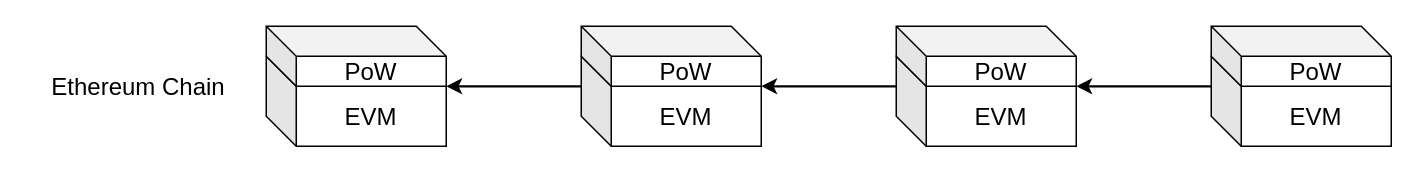
This is ethereum-research/consensus/beacon chain/no-merge ethereum.drawio from 0xyicheng/a-research-diagram, a draw.io file, before an edit. Source tidied: cells renumbered, new cells numbered last; positions are measured from the earlier drawing's top-left corner, leaving out a move shared by most shapes. Both pictures are drawn from the tidied source at 150%, with x=0, y=0 at pixel (26, 26).
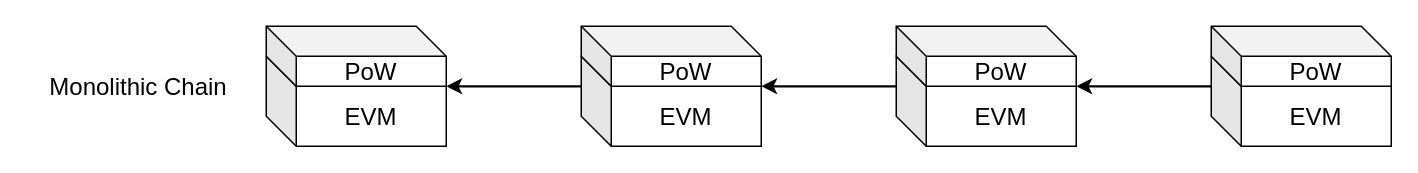
The same diagram, later.

Diff of the diagram source:
```diff
@@
 <mxGraphModel>
   <root>
     <mxCell id="0" />
     <mxCell id="1" parent="0" />
     <mxCell id="2" value="&lt;font style=&quot;font-size: 16px&quot;&gt;EVM&lt;/font&gt;" style="shape=cube;whiteSpace=wrap;html=1;boundedLbl=1;backgroundOutline=1;darkOpacity=0.05;darkOpacity2=0.1;" parent="1" vertex="1">
       <mxGeometry x="160" y="20" width="120" height="60" as="geometry" />
     </mxCell>
     <mxCell id="3" value="&lt;font style=&quot;font-size: 16px&quot;&gt;PoW&lt;/font&gt;" style="shape=cube;whiteSpace=wrap;html=1;boundedLbl=1;backgroundOutline=1;darkOpacity=0.05;darkOpacity2=0.1;" parent="1" vertex="1">
       <mxGeometry x="160" width="120" height="40" as="geometry" />
     </mxCell>
     <mxCell id="4" value="&lt;font style=&quot;font-size: 16px&quot;&gt;EVM&lt;/font&gt;" style="shape=cube;whiteSpace=wrap;html=1;boundedLbl=1;backgroundOutline=1;darkOpacity=0.05;darkOpacity2=0.1;" parent="1" vertex="1">
       <mxGeometry x="370" y="20" width="120" height="60" as="geometry" />
     </mxCell>
     <mxCell id="5" value="&lt;font style=&quot;font-size: 16px&quot;&gt;PoW&lt;/font&gt;" style="shape=cube;whiteSpace=wrap;html=1;boundedLbl=1;backgroundOutline=1;darkOpacity=0.05;darkOpacity2=0.1;" parent="1" vertex="1">
       <mxGeometry x="370" width="120" height="40" as="geometry" />
     </mxCell>
     <mxCell id="6" value="&lt;font style=&quot;font-size: 16px&quot;&gt;EVM&lt;/font&gt;" style="shape=cube;whiteSpace=wrap;html=1;boundedLbl=1;backgroundOutline=1;darkOpacity=0.05;darkOpacity2=0.1;" parent="1" vertex="1">
       <mxGeometry x="580" y="20" width="120" height="60" as="geometry" />
     </mxCell>
     <mxCell id="7" value="&lt;font style=&quot;font-size: 16px&quot;&gt;PoW&lt;/font&gt;" style="shape=cube;whiteSpace=wrap;html=1;boundedLbl=1;backgroundOutline=1;darkOpacity=0.05;darkOpacity2=0.1;" parent="1" vertex="1">
       <mxGeometry x="580" width="120" height="40" as="geometry" />
     </mxCell>
     <mxCell id="8" value="&lt;font style=&quot;font-size: 16px&quot;&gt;EVM&lt;/font&gt;" style="shape=cube;whiteSpace=wrap;html=1;boundedLbl=1;backgroundOutline=1;darkOpacity=0.05;darkOpacity2=0.1;" parent="1" vertex="1">
       <mxGeometry x="790" y="20" width="120" height="60" as="geometry" />
     </mxCell>
     <mxCell id="9" value="&lt;font style=&quot;font-size: 16px&quot;&gt;PoW&lt;/font&gt;" style="shape=cube;whiteSpace=wrap;html=1;boundedLbl=1;backgroundOutline=1;darkOpacity=0.05;darkOpacity2=0.1;" parent="1" vertex="1">
       <mxGeometry x="790" width="120" height="40" as="geometry" />
     </mxCell>
     <mxCell id="10" style="endArrow=classic;html=1;rounded=0;strokeWidth=1.5;fontSize=16;exitX=0;exitY=0;exitDx=0;exitDy=20;exitPerimeter=0;" parent="1" edge="1" source="4">
       <mxGeometry relative="1" as="geometry">
         <mxPoint x="280" y="40" as="targetPoint" />
       </mxGeometry>
     </mxCell>
     <mxCell id="11" style="endArrow=classic;html=1;rounded=0;strokeWidth=1.5;fontSize=16;exitX=0;exitY=0;exitDx=0;exitDy=20;exitPerimeter=0;" parent="1" edge="1">
       <mxGeometry relative="1" as="geometry">
         <mxPoint x="580" y="40" as="sourcePoint" />
         <mxPoint x="490" y="40" as="targetPoint" />
       </mxGeometry>
     </mxCell>
     <mxCell id="12" style="endArrow=classic;html=1;rounded=0;strokeWidth=1.5;fontSize=16;exitX=0;exitY=0;exitDx=0;exitDy=20;exitPerimeter=0;" parent="1" edge="1">
       <mxGeometry relative="1" as="geometry">
         <mxPoint x="790" y="40" as="sourcePoint" />
         <mxPoint x="700" y="40" as="targetPoint" />
       </mxGeometry>
     </mxCell>
-    <mxCell id="13" value="&lt;span style=&quot;font-size: 16px; user-select: auto;&quot;&gt;Ethereum Chain&lt;/span&gt;" style="text;html=1;strokeColor=none;fillColor=none;align=center;verticalAlign=middle;whiteSpace=wrap;rounded=0;fontSize=12;" parent="1" vertex="1">
+    <mxCell id="13" value="&lt;span style=&quot;font-size: 16px; user-select: auto;&quot;&gt;Monolithic&amp;nbsp;Chain&lt;/span&gt;" style="text;html=1;strokeColor=none;fillColor=none;align=center;verticalAlign=middle;whiteSpace=wrap;rounded=0;fontSize=12;" parent="1" vertex="1">
       <mxGeometry y="25" width="150" height="30" as="geometry" />
     </mxCell>
   </root>
 </mxGraphModel>
```
